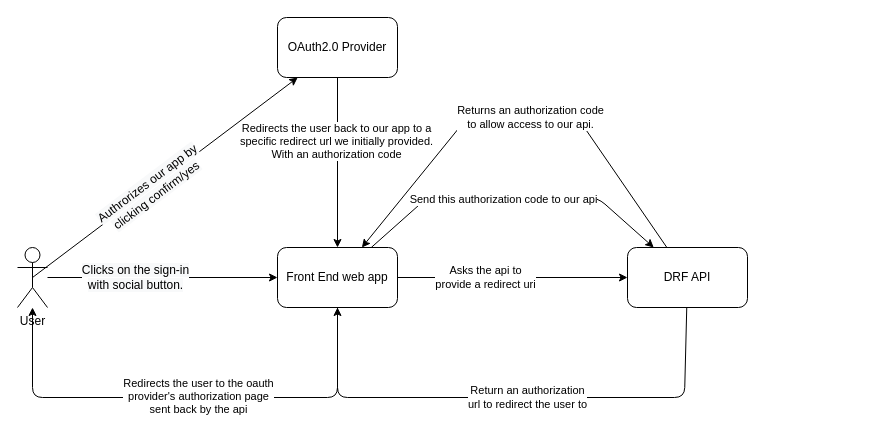
Earlier version of the draw.io diagram OAuth2.0 Flow.drawio (KillDozerX2/drf-social-auth-example). Source tidied: cells renumbered, new cells numbered last; positions are measured from the earlier drawing's top-left corner, leaving out a move shared by most shapes. Both pictures are drawn from the tidied source at 100%, with x=0, y=0 at pixel (17, 17).
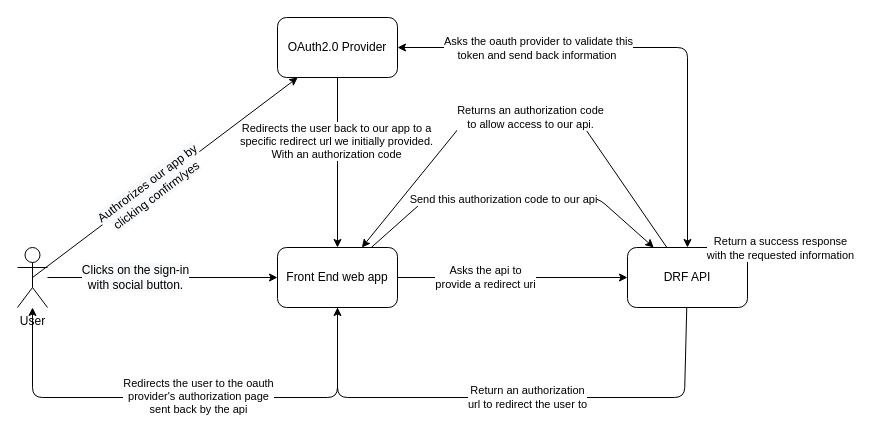
The same page after the edit.

Commit message:
Added the second last step in the oauth flow

The change refers to these unchanged cells:
```xml
<mxCell id="5" value="DRF API" style="rounded=1;whiteSpace=wrap;html=1;" parent="1" vertex="1">
  <mxGeometry x="610" y="230" width="120" height="60" as="geometry" />
</mxCell>
<mxCell id="15" value="OAuth2.0 Provider" style="rounded=1;whiteSpace=wrap;html=1;" parent="1" vertex="1">
  <mxGeometry x="260" width="120" height="60" as="geometry" />
</mxCell>
```

Diff of the diagram source:
```diff
@@
+    <mxCell id="22" style="endArrow=classic;startArrow=classic;html=1;" parent="1" edge="1" source="15" target="5">
+      <mxGeometry relative="1" as="geometry">
+        <Array as="points">
+          <mxPoint x="670" y="30" />
+        </Array>
+      </mxGeometry>
+    </mxCell>
+    <mxCell id="23" value="Asks the oauth provider to validate this &lt;br&gt;token and send back information&amp;nbsp;" style="edgeLabel;html=1;align=center;verticalAlign=middle;" parent="22" vertex="1">
+      <mxGeometry x="-0.16" y="-2" relative="1" as="geometry">
+        <mxPoint x="-66" y="-2" as="offset" />
+      </mxGeometry>
+    </mxCell>
+    <mxCell id="24" value="Return a success response &lt;br&gt;with the requested information" style="edgeLabel;html=1;align=center;verticalAlign=middle;" parent="22" vertex="1">
+      <mxGeometry x="0.18" y="-90" relative="1" as="geometry">
+        <mxPoint x="93" y="110" as="offset" />
+      </mxGeometry>
+    </mxCell>
```
